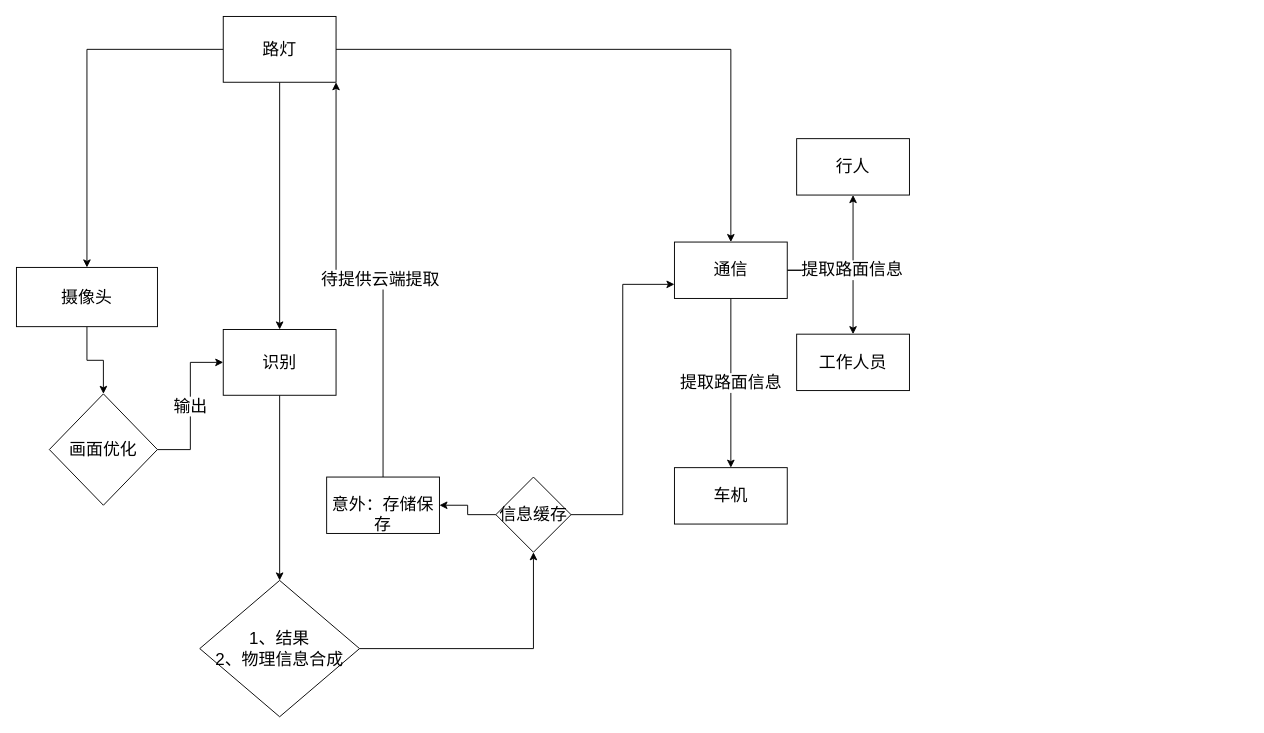
Earlier version of the draw.io diagram Street_lamp_mind_map.drawio (fuliteng/InitRes). Source tidied: cells renumbered, new cells numbered last; positions are measured from the earlier drawing's top-left corner, leaving out a move shared by most shapes. Both pictures are drawn from the tidied source at 94%, with x=0, y=0 at pixel (16, 16).
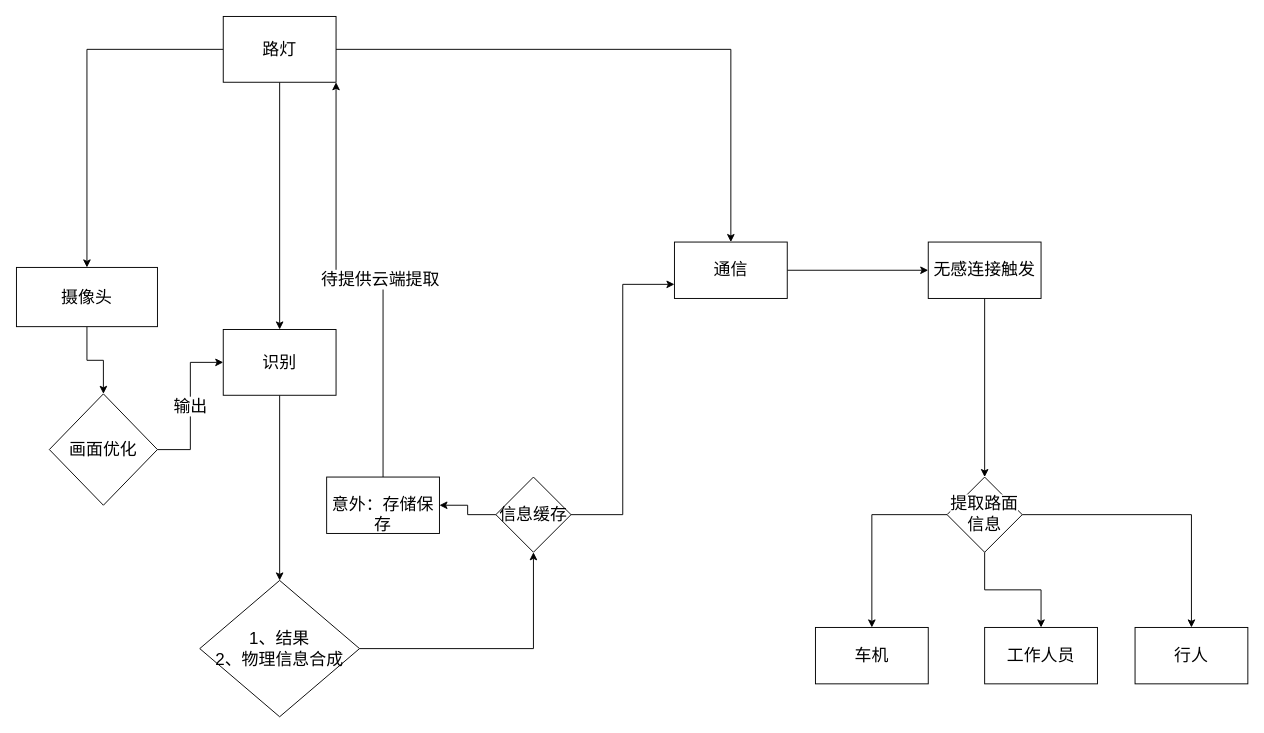
After the change.

The change refers to these unchanged cells:
```xml
<mxCell id="9" value="通信" style="rounded=0;whiteSpace=wrap;html=1;fontSize=18;fillColor=#FFFFFF;" parent="1" vertex="1">
  <mxGeometry x="700" y="240" width="120" height="60" as="geometry" />
</mxCell>
```

Change to the diagram source:
```diff
@@
-    <mxCell id="6" style="edgeStyle=orthogonalEdgeStyle;rounded=0;jettySize=auto;html=1;fontSize=18;" parent="1" edge="1" source="9" target="24">
-      <mxGeometry relative="1" as="geometry" />
-    </mxCell>
-    <mxCell id="7" value="提取路面信息" style="edgeStyle=orthogonalEdgeStyle;rounded=0;jettySize=auto;html=1;fontSize=18;" parent="1" edge="1" source="9" target="25">
-      <mxGeometry relative="1" as="geometry" />
-    </mxCell>
-    <mxCell id="8" value="提取路面信息" style="edgeStyle=orthogonalEdgeStyle;rounded=0;jettySize=auto;html=1;fontSize=18;" parent="1" edge="1" source="9" target="26">
-      <mxGeometry relative="1" as="geometry" />
-    </mxCell>
+    <mxCell id="27" style="edgeStyle=orthogonalEdgeStyle;rounded=0;jettySize=auto;html=1;fontSize=18;" parent="1" edge="1" source="9" target="29">
+      <mxGeometry relative="1" as="geometry" />
+    </mxCell>
@@
-    <mxCell id="24" value="行人" style="rounded=0;whiteSpace=wrap;html=1;fontSize=18;fillColor=#FFFFFF;" parent="1" vertex="1">
-      <mxGeometry x="830" y="130" width="120" height="60" as="geometry" />
-    </mxCell>
+    <mxCell id="28" style="edgeStyle=orthogonalEdgeStyle;rounded=0;jettySize=auto;html=1;fontSize=18;" parent="1" edge="1" source="29" target="33">
+      <mxGeometry relative="1" as="geometry">
+        <Array as="points">
+          <mxPoint x="1020" y="520" />
+        </Array>
+      </mxGeometry>
+    </mxCell>
+    <mxCell id="29" value="无感连接触发" style="rounded=0;whiteSpace=wrap;html=1;fontSize=18;fillColor=#FFFFFF;" parent="1" vertex="1">
+      <mxGeometry x="970" y="240" width="120" height="60" as="geometry" />
+    </mxCell>
+    <mxCell id="30" style="edgeStyle=orthogonalEdgeStyle;rounded=0;jettySize=auto;html=1;fontSize=18;" parent="1" edge="1" source="33" target="25">
+      <mxGeometry relative="1" as="geometry" />
+    </mxCell>
+    <mxCell id="31" style="edgeStyle=orthogonalEdgeStyle;rounded=0;jettySize=auto;html=1;fontSize=18;" parent="1" edge="1" source="33" target="26">
+      <mxGeometry relative="1" as="geometry" />
+    </mxCell>
+    <mxCell id="32" style="edgeStyle=orthogonalEdgeStyle;rounded=0;jettySize=auto;html=1;fontSize=18;" parent="1" edge="1" source="33" target="24">
+      <mxGeometry relative="1" as="geometry" />
+    </mxCell>
+    <mxCell id="33" value="&lt;span style=&quot;background-color: rgb(255 , 255 , 255)&quot;&gt;提取路面信息&lt;/span&gt;" style="rhombus;whiteSpace=wrap;html=1;rounded=0;fontSize=18;fillColor=#FFFFFF;" parent="1" vertex="1">
+      <mxGeometry x="990" y="490" width="80" height="80" as="geometry" />
+    </mxCell>
-    <mxCell id="25" value="车机" style="rounded=0;whiteSpace=wrap;html=1;fontSize=18;fillColor=#FFFFFF;" parent="1" vertex="1">
-      <mxGeometry x="700" y="480" width="120" height="60" as="geometry" />
+    <mxCell id="25" value="&lt;span&gt;车机&lt;/span&gt;" style="whiteSpace=wrap;html=1;rounded=0;fontSize=18;fillColor=#FFFFFF;" parent="1" vertex="1">
+      <mxGeometry x="850" y="650" width="120" height="60" as="geometry" />
     </mxCell>
-    <mxCell id="26" value="工作人员" style="rounded=0;whiteSpace=wrap;html=1;fontSize=18;fillColor=#FFFFFF;" parent="1" vertex="1">
-      <mxGeometry x="830" y="338" width="120" height="60" as="geometry" />
+    <mxCell id="26" value="&lt;span&gt;工作人员&lt;/span&gt;" style="whiteSpace=wrap;html=1;rounded=0;fontSize=18;fillColor=#FFFFFF;" parent="1" vertex="1">
+      <mxGeometry x="1030" y="650" width="120" height="60" as="geometry" />
     </mxCell>
+    <mxCell id="24" value="行人" style="whiteSpace=wrap;html=1;rounded=0;fontSize=18;fillColor=#FFFFFF;" parent="1" vertex="1">
+      <mxGeometry x="1190" y="650" width="120" height="60" as="geometry" />
+    </mxCell>
```
